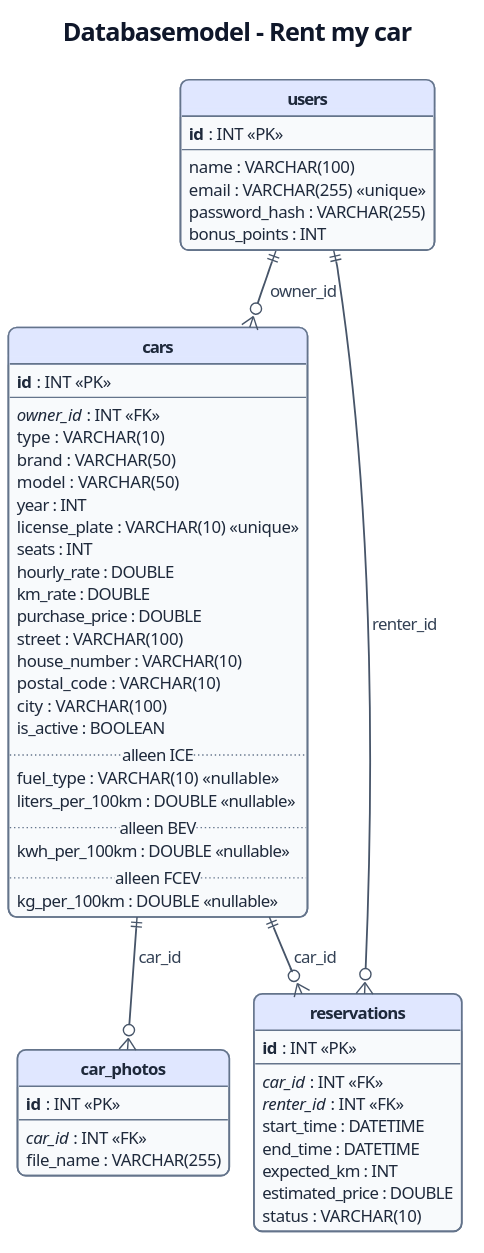
Above: docs/images/database-model.svg in ThimoHarte/RentMyCar (PlantUML), before the change.
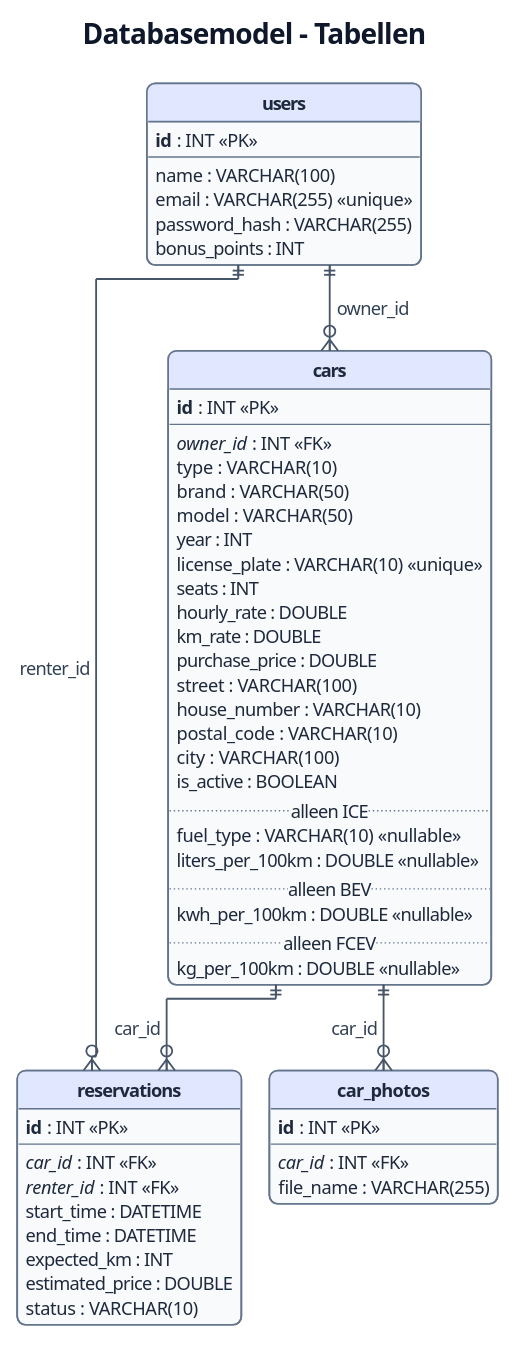
Later version of the same file.

Change to the diagram source:
```diff
@@ -1,8 +1,8 @@
 @startuml
-!pragma layout smetana
 !include style.iuml
+!pragma layout elk
 
-title Databasemodel - Rent my car
+title Databasemodel - Tabellen
 
 hide circle
 hide empty members
```
